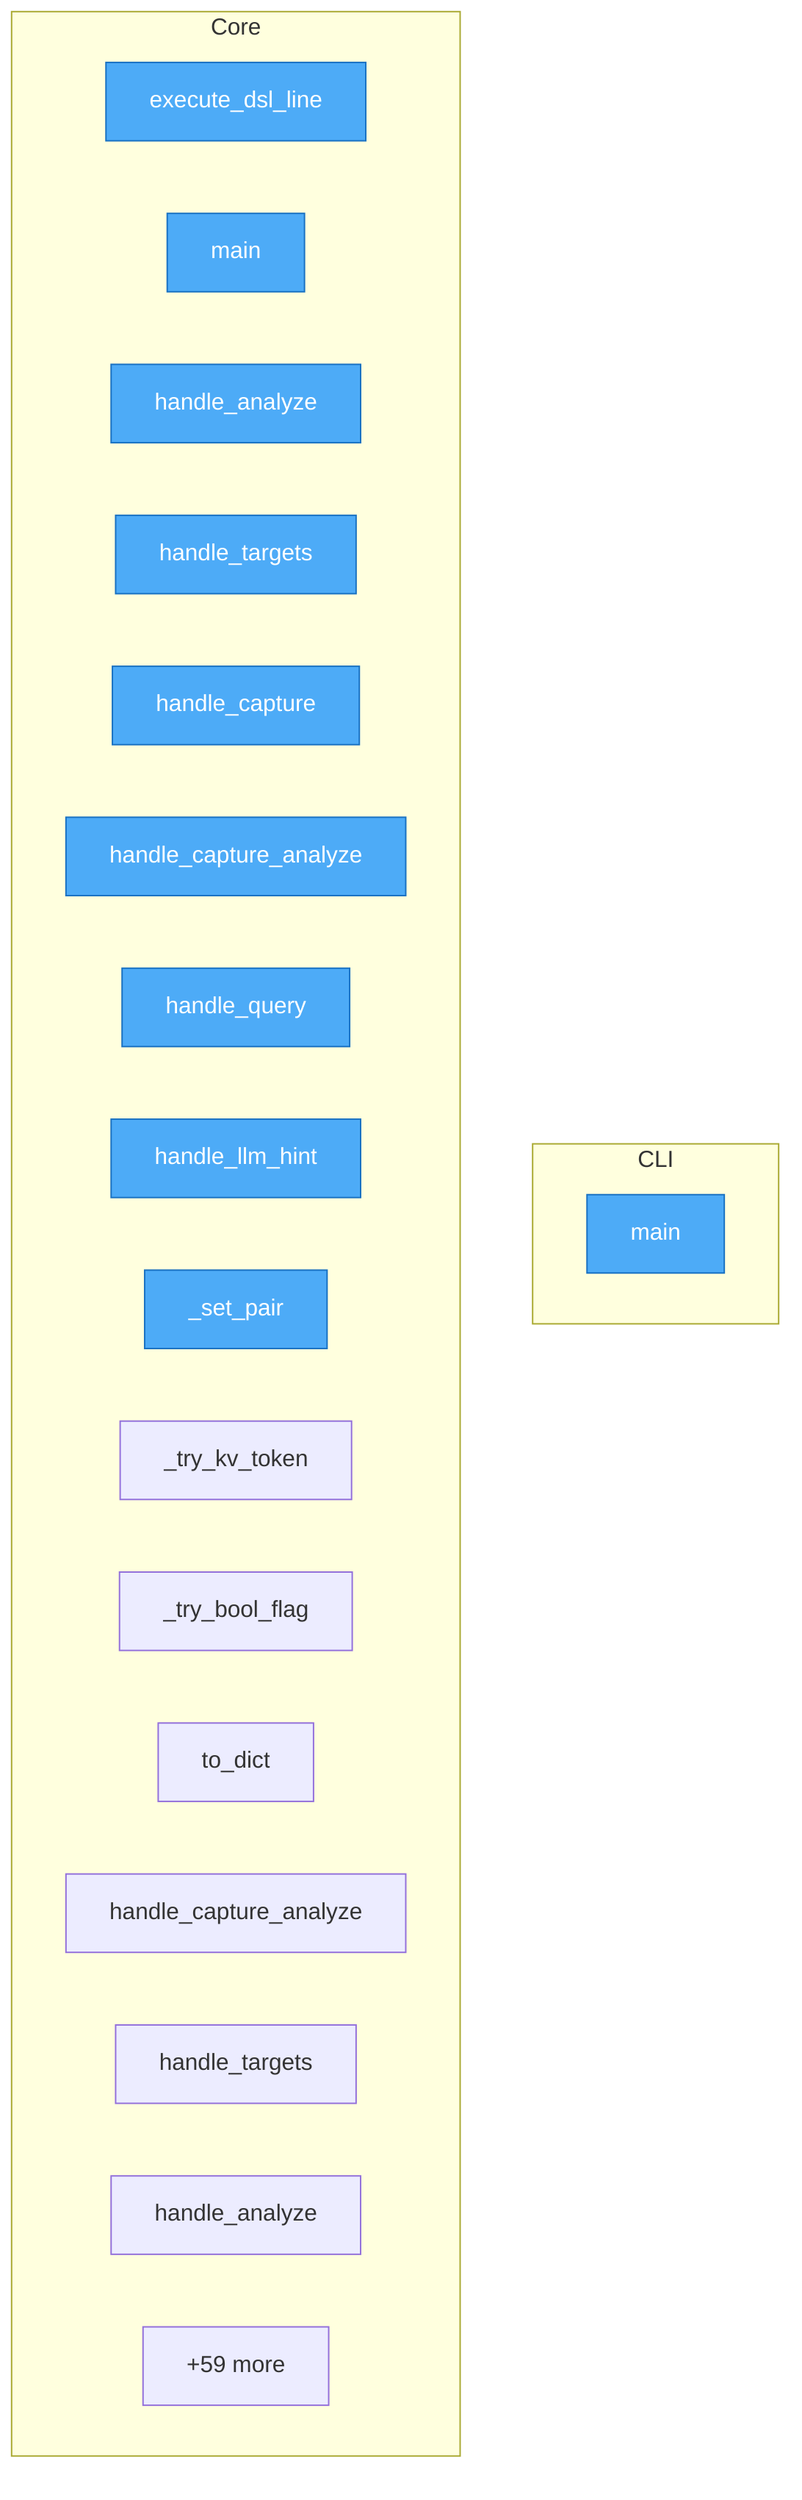
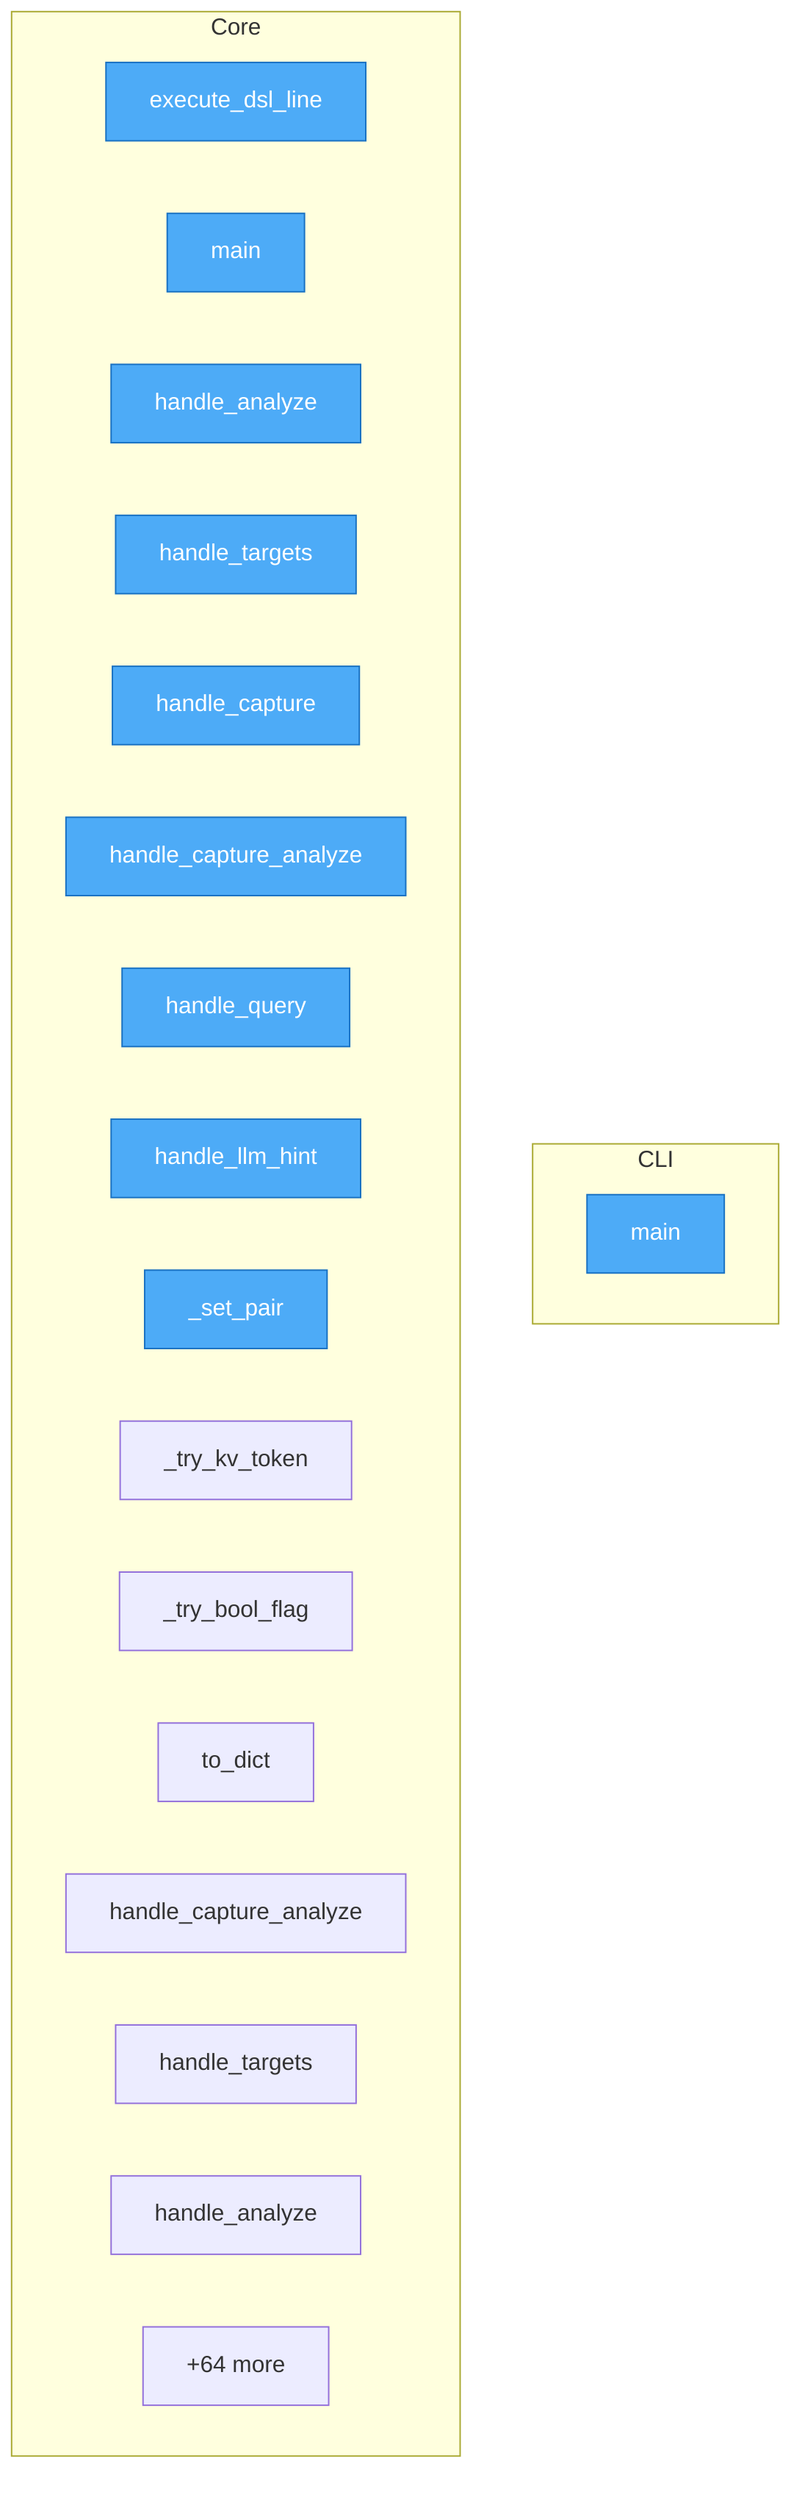
flowchart TD
%% generated in 0.01s

    %% Entry points (blue)
    classDef entry fill:#4dabf7,stroke:#1971c2,color:#fff

    subgraph CLI
        packages__cli2img2nl__src__cli2img2nl__cli__main["main"]
    end

    subgraph Core
        packages__dsl2img2nl__src__dsl2img2nl__bus__execute_dsl_line["execute_dsl_line"]
        packages__dsl2img2nl__src__dsl2img2nl__cli__main["main"]
        packages__dsl2img2nl__src__dsl2img2nl__handlers__handle_analyze["handle_analyze"]
        packages__dsl2img2nl__src__dsl2img2nl__handlers__handle_targets["handle_targets"]
        packages__dsl2img2nl__src__dsl2img2nl__handlers__handle_capture["handle_capture"]
        packages__dsl2img2nl__src__dsl2img2nl__handlers__handle_capture_analyze["handle_capture_analyze"]
        packages__dsl2img2nl__src__dsl2img2nl__handlers__handle_query["handle_query"]
        packages__dsl2img2nl__src__dsl2img2nl__handlers__handle_llm_hint["handle_llm_hint"]
        packages__dsl2img2nl__src__dsl2img2nl__grammar___set_pair["_set_pair"]
        packages__dsl2img2nl__src__dsl2img2nl__grammar___try_kv_token["_try_kv_token"]
        packages__dsl2img2nl__src__dsl2img2nl__grammar___try_bool_flag["_try_bool_flag"]
        packages__dsl2img2nl__src__dsl2img2nl__result__DslResult__to_dict["to_dict"]
        packages__uri2img2nl__src__uri2img2nl__query_handlers__handle_capture_analyze["handle_capture_analyze"]
        packages__uri2img2nl__src__uri2img2nl__query_handlers__handle_targets["handle_targets"]
        packages__uri2img2nl__src__uri2img2nl__query_handlers__handle_analyze["handle_analyze"]
-         ...["+59 more"]
+         ...["+64 more"]
    end

    class packages__cli2img2nl__src__cli2img2nl__cli__main,packages__dsl2img2nl__src__dsl2img2nl__bus__execute_dsl_line,packages__dsl2img2nl__src__dsl2img2nl__cli__main,packages__dsl2img2nl__src__dsl2img2nl__handlers__handle_analyze,packages__dsl2img2nl__src__dsl2img2nl__handlers__handle_targets,packages__dsl2img2nl__src__dsl2img2nl__handlers__handle_capture,packages__dsl2img2nl__src__dsl2img2nl__handlers__handle_capture_analyze,packages__dsl2img2nl__src__dsl2img2nl__handlers__handle_query,packages__dsl2img2nl__src__dsl2img2nl__handlers__handle_llm_hint,packages__dsl2img2nl__src__dsl2img2nl__grammar___set_pair entry
